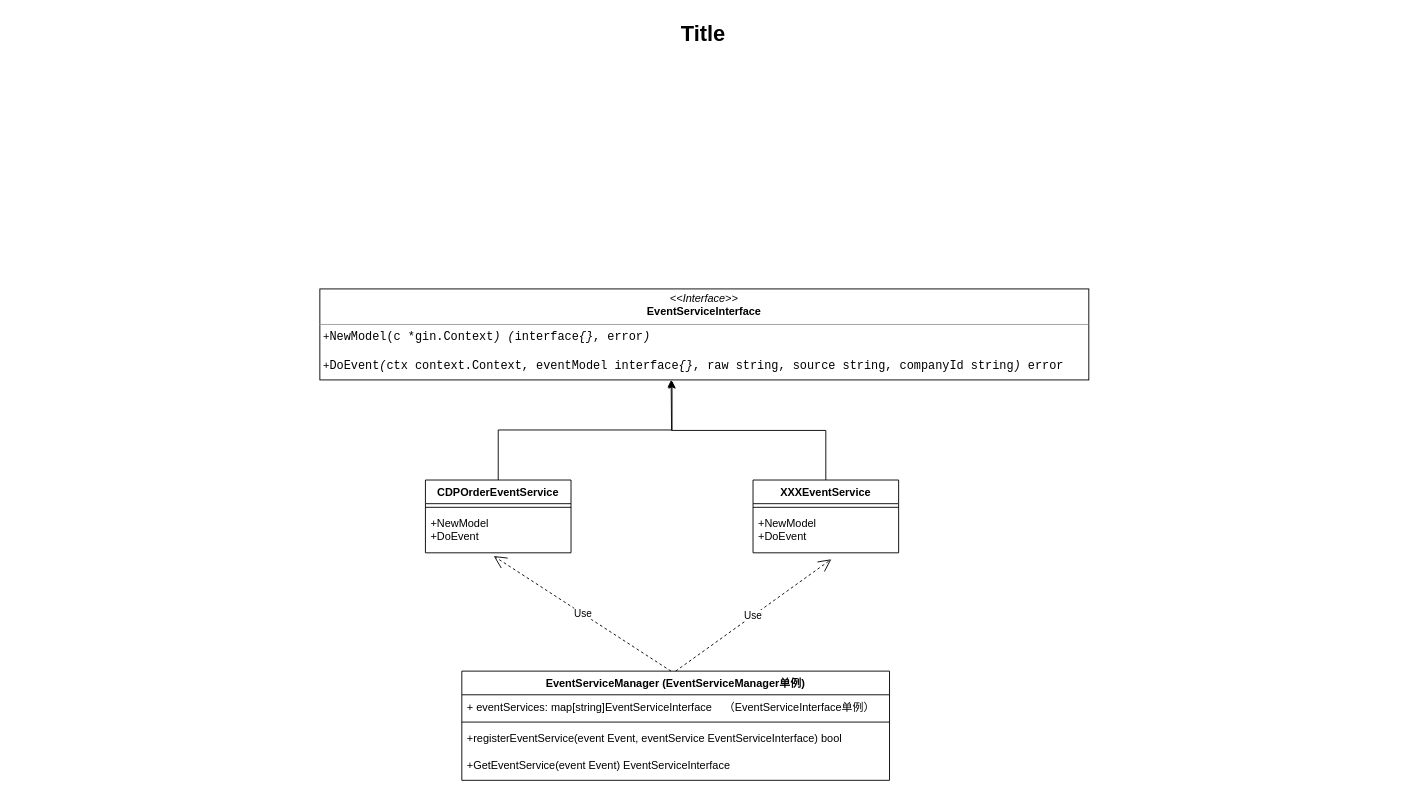
Amat-pro/algorithm-golang keeps this draw.io diagram as Untitled Diagram.drawio. Above is the earlier version. Source tidied: cells renumbered, new cells numbered last; positions are measured from the earlier drawing's top-left corner, leaving out a move shared by most shapes. Both pictures are drawn from the tidied source at 91%, with x=0, y=0 at pixel (15, 15).
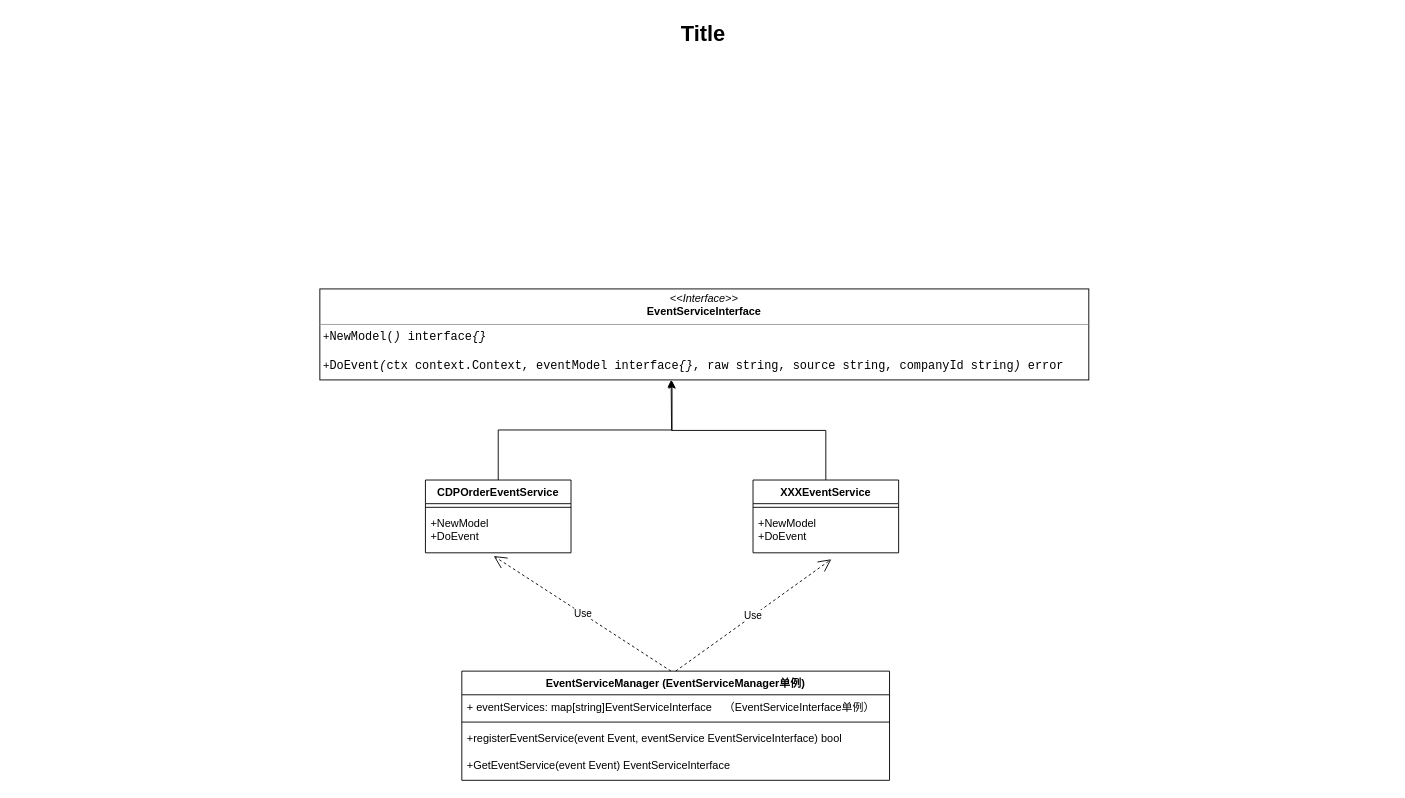
Above is the later version.

Diff of the diagram source:
```diff
@@
 <mxGraphModel>
   <root>
     <mxCell id="0" />
     <mxCell id="1" parent="0" />
     <mxCell id="2" value="Title" style="text;strokeColor=none;fillColor=none;html=1;fontSize=24;fontStyle=1;verticalAlign=middle;align=center;" parent="1" vertex="1">
       <mxGeometry width="1510" height="40" as="geometry" />
     </mxCell>
-    <mxCell id="3" value="&lt;p style=&quot;margin: 0px ; margin-top: 4px ; text-align: center&quot;&gt;&lt;i&gt;&amp;lt;&amp;lt;Interface&amp;gt;&amp;gt;&lt;/i&gt;&lt;br&gt;&lt;b&gt;EventServiceInterface&lt;/b&gt;&lt;/p&gt;&lt;hr size=&quot;1&quot;&gt;&lt;p style=&quot;margin: 0px ; margin-left: 4px&quot;&gt;+&lt;span style=&quot;font-family: &amp;#34;jetbrains mono&amp;#34; , monospace ; font-size: 9.8pt&quot;&gt;NewModel(c *gin.Context&lt;/span&gt;&lt;span style=&quot;font-family: &amp;#34;jetbrains mono&amp;#34; , monospace ; font-size: 9.8pt ; font-style: italic&quot;&gt;) (&lt;/span&gt;&lt;span style=&quot;font-family: &amp;#34;jetbrains mono&amp;#34; , monospace ; font-size: 9.8pt&quot;&gt;interface&lt;/span&gt;&lt;span style=&quot;font-family: &amp;#34;jetbrains mono&amp;#34; , monospace ; font-size: 9.8pt ; font-style: italic&quot;&gt;{}&lt;/span&gt;&lt;span style=&quot;font-family: &amp;#34;jetbrains mono&amp;#34; , monospace ; font-size: 9.8pt&quot;&gt;, &lt;/span&gt;&lt;span style=&quot;font-family: &amp;#34;jetbrains mono&amp;#34; , monospace ; font-size: 9.8pt&quot;&gt;error&lt;/span&gt;&lt;span style=&quot;font-family: &amp;#34;jetbrains mono&amp;#34; , monospace ; font-size: 9.8pt ; font-style: italic&quot;&gt;)&lt;/span&gt;&lt;/p&gt;&lt;p style=&quot;margin: 0px ; margin-left: 4px&quot;&gt;&lt;span style=&quot;font-family: &amp;#34;jetbrains mono&amp;#34; , monospace ; font-size: 9.8pt ; font-style: italic&quot;&gt;&lt;br&gt;&lt;/span&gt;&lt;/p&gt;&lt;p style=&quot;margin: 0px ; margin-left: 4px&quot;&gt;&lt;span style=&quot;background-color: rgb(255 , 255 , 255)&quot;&gt;+&lt;span style=&quot;font-family: &amp;#34;jetbrains mono&amp;#34; , monospace ; font-size: 9.8pt&quot;&gt;DoEvent&lt;/span&gt;&lt;span style=&quot;font-family: &amp;#34;jetbrains mono&amp;#34; , monospace ; font-size: 9.8pt ; font-style: italic&quot;&gt;(&lt;/span&gt;&lt;span style=&quot;font-family: &amp;#34;jetbrains mono&amp;#34; , monospace ; font-size: 9.8pt&quot;&gt;ctx &lt;/span&gt;&lt;span style=&quot;font-family: &amp;#34;jetbrains mono&amp;#34; , monospace ; font-size: 9.8pt&quot;&gt;context&lt;/span&gt;&lt;span style=&quot;font-family: &amp;#34;jetbrains mono&amp;#34; , monospace ; font-size: 9.8pt&quot;&gt;.&lt;/span&gt;&lt;span style=&quot;font-family: &amp;#34;jetbrains mono&amp;#34; , monospace ; font-size: 9.8pt&quot;&gt;Context&lt;/span&gt;&lt;span style=&quot;font-family: &amp;#34;jetbrains mono&amp;#34; , monospace ; font-size: 9.8pt&quot;&gt;, &lt;/span&gt;&lt;span style=&quot;font-family: &amp;#34;jetbrains mono&amp;#34; , monospace ; font-size: 9.8pt&quot;&gt;eventModel &lt;/span&gt;&lt;span style=&quot;font-family: &amp;#34;jetbrains mono&amp;#34; , monospace ; font-size: 9.8pt&quot;&gt;interface&lt;/span&gt;&lt;span style=&quot;font-family: &amp;#34;jetbrains mono&amp;#34; , monospace ; font-size: 9.8pt ; font-style: italic&quot;&gt;{}&lt;/span&gt;&lt;span style=&quot;font-family: &amp;#34;jetbrains mono&amp;#34; , monospace ; font-size: 9.8pt&quot;&gt;, &lt;/span&gt;&lt;span style=&quot;font-family: &amp;#34;jetbrains mono&amp;#34; , monospace ; font-size: 9.8pt&quot;&gt;raw &lt;/span&gt;&lt;span style=&quot;font-family: &amp;#34;jetbrains mono&amp;#34; , monospace ; font-size: 9.8pt&quot;&gt;string&lt;/span&gt;&lt;span style=&quot;font-family: &amp;#34;jetbrains mono&amp;#34; , monospace ; font-size: 9.8pt&quot;&gt;, &lt;/span&gt;&lt;span style=&quot;font-family: &amp;#34;jetbrains mono&amp;#34; , monospace ; font-size: 9.8pt&quot;&gt;source &lt;/span&gt;&lt;span style=&quot;font-family: &amp;#34;jetbrains mono&amp;#34; , monospace ; font-size: 9.8pt&quot;&gt;string&lt;/span&gt;&lt;span style=&quot;font-family: &amp;#34;jetbrains mono&amp;#34; , monospace ; font-size: 9.8pt&quot;&gt;, &lt;/span&gt;&lt;span style=&quot;font-family: &amp;#34;jetbrains mono&amp;#34; , monospace ; font-size: 9.8pt&quot;&gt;companyId &lt;/span&gt;&lt;span style=&quot;font-family: &amp;#34;jetbrains mono&amp;#34; , monospace ; font-size: 9.8pt&quot;&gt;string&lt;/span&gt;&lt;span style=&quot;font-family: &amp;#34;jetbrains mono&amp;#34; , monospace ; font-size: 9.8pt ; font-style: italic&quot;&gt;) &lt;/span&gt;&lt;span style=&quot;font-family: &amp;#34;jetbrains mono&amp;#34; , monospace ; font-size: 9.8pt&quot;&gt;error&lt;/span&gt;&lt;/span&gt;&lt;/p&gt;" style="verticalAlign=top;align=left;overflow=fill;fontSize=12;fontFamily=Helvetica;html=1;" parent="1" vertex="1">
+    <mxCell id="3" value="&lt;p style=&quot;margin: 0px ; margin-top: 4px ; text-align: center&quot;&gt;&lt;i&gt;&amp;lt;&amp;lt;Interface&amp;gt;&amp;gt;&lt;/i&gt;&lt;br&gt;&lt;b&gt;EventServiceInterface&lt;/b&gt;&lt;/p&gt;&lt;hr size=&quot;1&quot;&gt;&lt;p style=&quot;margin: 0px ; margin-left: 4px&quot;&gt;+&lt;span style=&quot;font-family: &amp;#34;jetbrains mono&amp;#34; , monospace ; font-size: 9.8pt&quot;&gt;NewModel(&lt;/span&gt;&lt;span style=&quot;font-family: &amp;#34;jetbrains mono&amp;#34; , monospace ; font-size: 9.8pt ; font-style: italic&quot;&gt;) &lt;/span&gt;&lt;span style=&quot;font-family: &amp;#34;jetbrains mono&amp;#34; , monospace ; font-size: 9.8pt&quot;&gt;interface&lt;/span&gt;&lt;span style=&quot;font-family: &amp;#34;jetbrains mono&amp;#34; , monospace ; font-size: 9.8pt ; font-style: italic&quot;&gt;{}&lt;/span&gt;&lt;/p&gt;&lt;p style=&quot;margin: 0px ; margin-left: 4px&quot;&gt;&lt;span style=&quot;font-family: &amp;#34;jetbrains mono&amp;#34; , monospace ; font-size: 9.8pt ; font-style: italic&quot;&gt;&lt;br&gt;&lt;/span&gt;&lt;/p&gt;&lt;p style=&quot;margin: 0px ; margin-left: 4px&quot;&gt;&lt;span style=&quot;background-color: rgb(255 , 255 , 255)&quot;&gt;+&lt;span style=&quot;font-family: &amp;#34;jetbrains mono&amp;#34; , monospace ; font-size: 9.8pt&quot;&gt;DoEvent&lt;/span&gt;&lt;span style=&quot;font-family: &amp;#34;jetbrains mono&amp;#34; , monospace ; font-size: 9.8pt ; font-style: italic&quot;&gt;(&lt;/span&gt;&lt;span style=&quot;font-family: &amp;#34;jetbrains mono&amp;#34; , monospace ; font-size: 9.8pt&quot;&gt;ctx &lt;/span&gt;&lt;span style=&quot;font-family: &amp;#34;jetbrains mono&amp;#34; , monospace ; font-size: 9.8pt&quot;&gt;context&lt;/span&gt;&lt;span style=&quot;font-family: &amp;#34;jetbrains mono&amp;#34; , monospace ; font-size: 9.8pt&quot;&gt;.&lt;/span&gt;&lt;span style=&quot;font-family: &amp;#34;jetbrains mono&amp;#34; , monospace ; font-size: 9.8pt&quot;&gt;Context&lt;/span&gt;&lt;span style=&quot;font-family: &amp;#34;jetbrains mono&amp;#34; , monospace ; font-size: 9.8pt&quot;&gt;, &lt;/span&gt;&lt;span style=&quot;font-family: &amp;#34;jetbrains mono&amp;#34; , monospace ; font-size: 9.8pt&quot;&gt;eventModel &lt;/span&gt;&lt;span style=&quot;font-family: &amp;#34;jetbrains mono&amp;#34; , monospace ; font-size: 9.8pt&quot;&gt;interface&lt;/span&gt;&lt;span style=&quot;font-family: &amp;#34;jetbrains mono&amp;#34; , monospace ; font-size: 9.8pt ; font-style: italic&quot;&gt;{}&lt;/span&gt;&lt;span style=&quot;font-family: &amp;#34;jetbrains mono&amp;#34; , monospace ; font-size: 9.8pt&quot;&gt;, &lt;/span&gt;&lt;span style=&quot;font-family: &amp;#34;jetbrains mono&amp;#34; , monospace ; font-size: 9.8pt&quot;&gt;raw &lt;/span&gt;&lt;span style=&quot;font-family: &amp;#34;jetbrains mono&amp;#34; , monospace ; font-size: 9.8pt&quot;&gt;string&lt;/span&gt;&lt;span style=&quot;font-family: &amp;#34;jetbrains mono&amp;#34; , monospace ; font-size: 9.8pt&quot;&gt;, &lt;/span&gt;&lt;span style=&quot;font-family: &amp;#34;jetbrains mono&amp;#34; , monospace ; font-size: 9.8pt&quot;&gt;source &lt;/span&gt;&lt;span style=&quot;font-family: &amp;#34;jetbrains mono&amp;#34; , monospace ; font-size: 9.8pt&quot;&gt;string&lt;/span&gt;&lt;span style=&quot;font-family: &amp;#34;jetbrains mono&amp;#34; , monospace ; font-size: 9.8pt&quot;&gt;, &lt;/span&gt;&lt;span style=&quot;font-family: &amp;#34;jetbrains mono&amp;#34; , monospace ; font-size: 9.8pt&quot;&gt;companyId &lt;/span&gt;&lt;span style=&quot;font-family: &amp;#34;jetbrains mono&amp;#34; , monospace ; font-size: 9.8pt&quot;&gt;string&lt;/span&gt;&lt;span style=&quot;font-family: &amp;#34;jetbrains mono&amp;#34; , monospace ; font-size: 9.8pt ; font-style: italic&quot;&gt;) &lt;/span&gt;&lt;span style=&quot;font-family: &amp;#34;jetbrains mono&amp;#34; , monospace ; font-size: 9.8pt&quot;&gt;error&lt;/span&gt;&lt;/span&gt;&lt;/p&gt;" style="verticalAlign=top;align=left;overflow=fill;fontSize=12;fontFamily=Helvetica;html=1;" parent="1" vertex="1">
       <mxGeometry x="334" y="300" width="845" height="100" as="geometry" />
     </mxCell>
     <mxCell id="4" style="edgeStyle=orthogonalEdgeStyle;rounded=0;jettySize=auto;html=1;exitX=0.5;exitY=0;exitDx=0;exitDy=0;entryX=0.458;entryY=1.01;entryDx=0;entryDy=0;entryPerimeter=0;fontColor=#000000;" parent="1" edge="1" source="5" target="3">
       <mxGeometry relative="1" as="geometry" />
     </mxCell>
     <mxCell id="5" value="CDPOrderEventService" style="swimlane;fontStyle=1;align=center;verticalAlign=top;horizontal=1;startSize=26;" parent="1" vertex="1">
       <mxGeometry x="450" y="510" width="160" height="80" as="geometry" />
     </mxCell>
     <mxCell id="6" style="line;strokeWidth=1;fillColor=none;align=left;verticalAlign=middle;spacingTop=-1;spacingLeft=3;spacingRight=3;labelPosition=right;" parent="5" vertex="1">
       <mxGeometry y="26" width="160" height="8" as="geometry" />
     </mxCell>
     <mxCell id="7" value="+NewModel&#10;+DoEvent" style="text;strokeColor=none;fillColor=none;align=left;verticalAlign=top;spacingLeft=4;spacingRight=4;overflow=hidden;points=[[0,0.5],[1,0.5]];portConstraint=eastwest;" parent="5" vertex="1">
       <mxGeometry y="34" width="160" height="46" as="geometry" />
     </mxCell>
     <mxCell id="8" style="edgeStyle=orthogonalEdgeStyle;rounded=0;jettySize=auto;html=1;exitX=0.5;exitY=0;exitDx=0;exitDy=0;fontColor=#000000;" parent="1" edge="1" source="9">
       <mxGeometry relative="1" as="geometry">
         <mxPoint x="720" y="400" as="targetPoint" />
       </mxGeometry>
     </mxCell>
     <mxCell id="9" value="XXXEventService" style="swimlane;fontStyle=1;align=center;verticalAlign=top;horizontal=1;startSize=26;" parent="1" vertex="1">
       <mxGeometry x="810" y="510" width="160" height="80" as="geometry" />
     </mxCell>
     <mxCell id="10" style="line;strokeWidth=1;fillColor=none;align=left;verticalAlign=middle;spacingTop=-1;spacingLeft=3;spacingRight=3;labelPosition=right;" parent="9" vertex="1">
       <mxGeometry y="26" width="160" height="8" as="geometry" />
     </mxCell>
     <mxCell id="11" value="+NewModel&#10;+DoEvent" style="text;strokeColor=none;fillColor=none;align=left;verticalAlign=top;spacingLeft=4;spacingRight=4;overflow=hidden;points=[[0,0.5],[1,0.5]];portConstraint=eastwest;" parent="9" vertex="1">
       <mxGeometry y="34" width="160" height="46" as="geometry" />
     </mxCell>
     <mxCell id="12" value="EventServiceManager (EventServiceManager单例)" style="swimlane;fontStyle=1;align=center;verticalAlign=top;horizontal=1;startSize=26;" parent="1" vertex="1">
       <mxGeometry x="490" y="720" width="470" height="120" as="geometry" />
     </mxCell>
     <mxCell id="13" value="+ eventServices: map[string]EventServiceInterface    （EventServiceInterface单例）&#10;&#10;" style="text;strokeColor=none;fillColor=none;align=left;verticalAlign=top;spacingLeft=4;spacingRight=4;overflow=hidden;" parent="12" vertex="1">
       <mxGeometry y="26" width="470" height="26" as="geometry" />
     </mxCell>
     <mxCell id="14" style="line;strokeWidth=1;fillColor=none;align=left;verticalAlign=middle;spacingTop=-1;spacingLeft=3;spacingRight=3;labelPosition=right;" parent="12" vertex="1">
       <mxGeometry y="52" width="470" height="8" as="geometry" />
     </mxCell>
     <mxCell id="15" value="+registerEventService(event Event, eventService EventServiceInterface) bool" style="text;strokeColor=none;fillColor=none;align=left;verticalAlign=top;spacingLeft=4;spacingRight=4;overflow=hidden;" parent="12" vertex="1">
       <mxGeometry y="60" width="470" height="30" as="geometry" />
     </mxCell>
     <mxCell id="16" value="+GetEventService(event Event) EventServiceInterface" style="text;strokeColor=none;fillColor=none;align=left;verticalAlign=top;spacingLeft=4;spacingRight=4;overflow=hidden;" parent="12" vertex="1">
       <mxGeometry y="90" width="470" height="30" as="geometry" />
     </mxCell>
     <mxCell id="17" value="Use" style="endArrow=open;endSize=12;dashed=1;html=1;rounded=0;entryX=0.469;entryY=1.077;entryDx=0;entryDy=0;entryPerimeter=0;exitX=0.489;exitY=0;exitDx=0;exitDy=0;exitPerimeter=0;" parent="1" edge="1" source="12" target="7">
       <mxGeometry relative="1" as="geometry" />
     </mxCell>
     <mxCell id="18" value="Use" style="endArrow=open;endSize=12;dashed=1;html=1;rounded=0;exitX=0.5;exitY=0;exitDx=0;exitDy=0;entryX=0.538;entryY=1.154;entryDx=0;entryDy=0;entryPerimeter=0;" parent="1" edge="1" source="12" target="11">
       <mxGeometry relative="1" as="geometry" />
     </mxCell>
   </root>
 </mxGraphModel>
```
